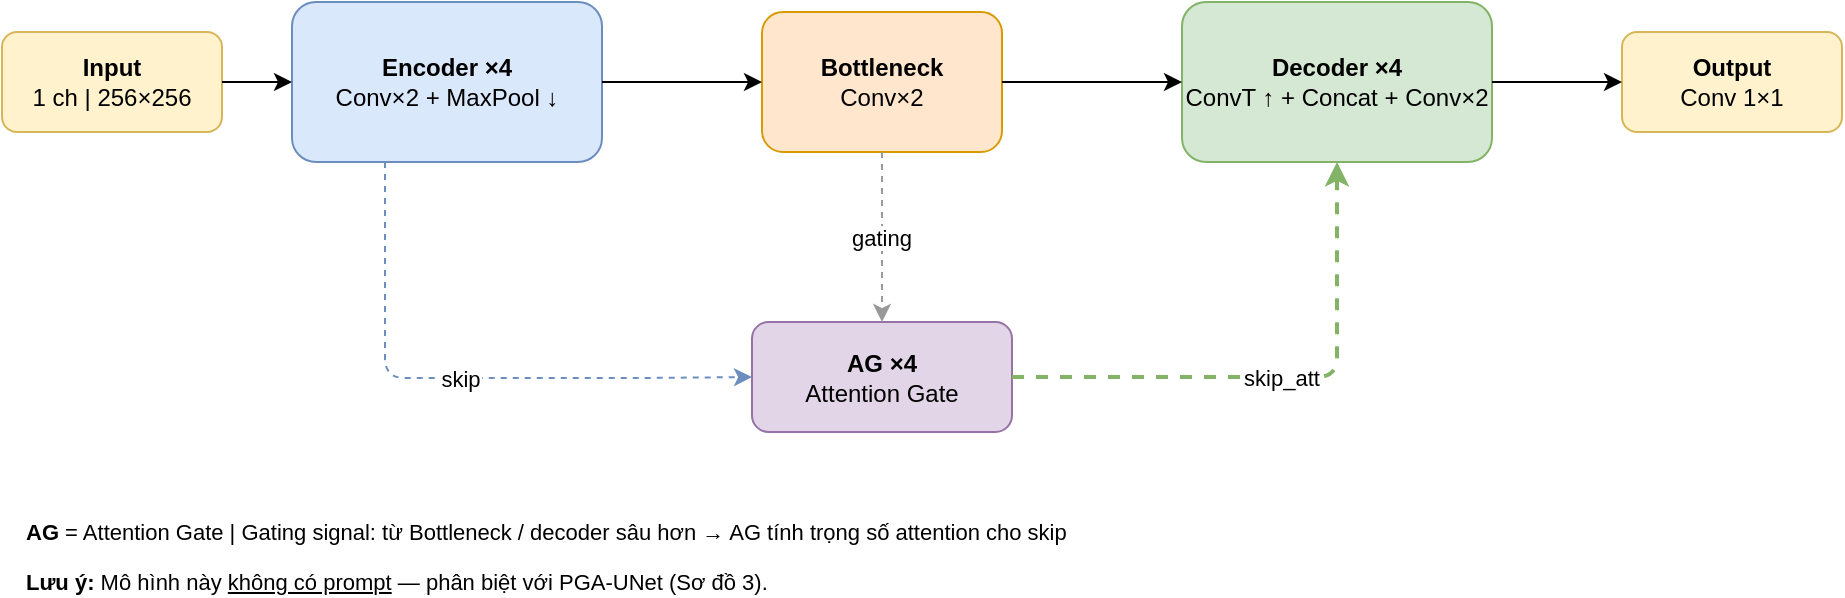
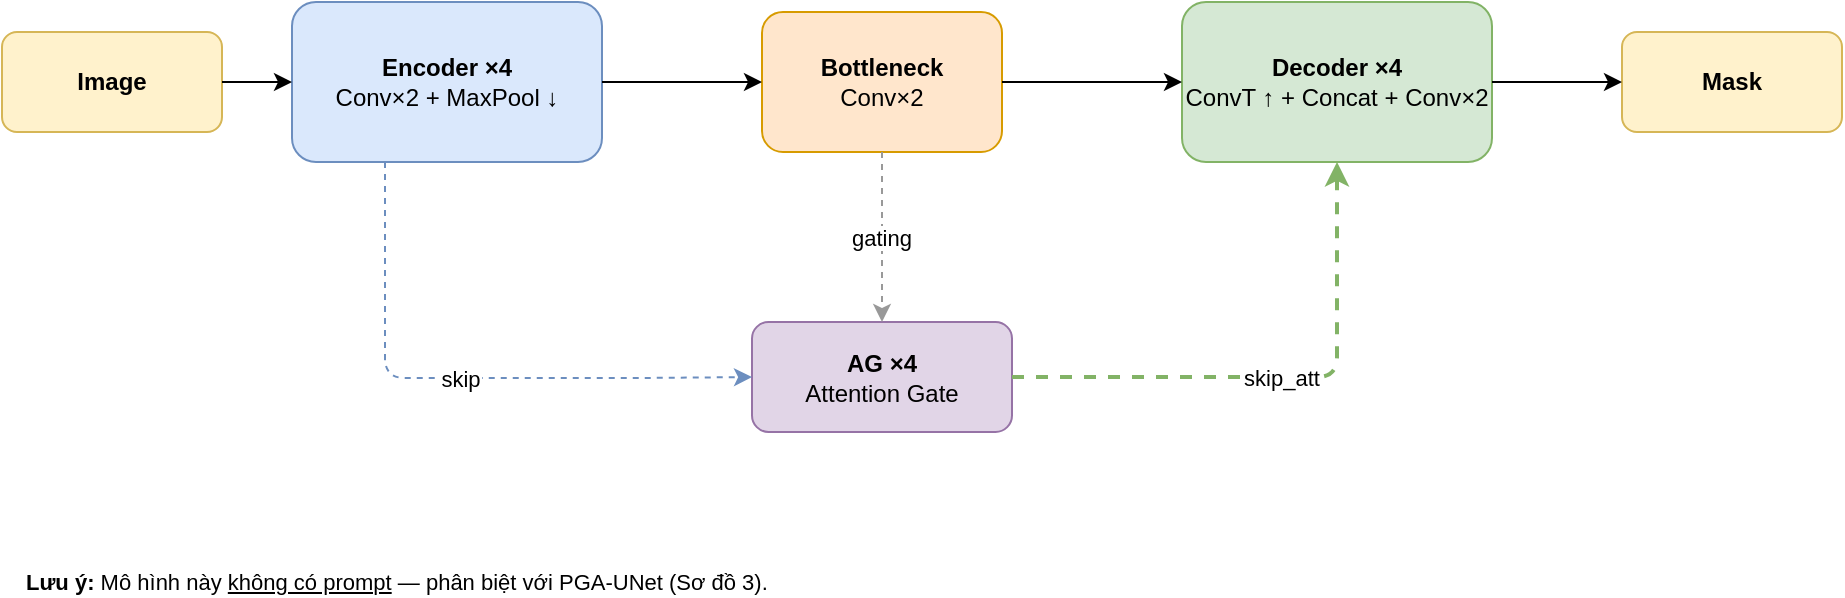
<mxfile host="65bd71144e">
    <diagram name="2. Attention U-Net" id="attunet2d">
        <mxGraphModel dx="1042" dy="269" grid="1" gridSize="10" guides="1" tooltips="1" connect="1" arrows="1" fold="1" page="1" pageScale="1" pageWidth="960" pageHeight="370" math="0" shadow="0">
            <root>
                <mxCell id="0"/>
                <mxCell id="1" parent="0"/>
-                 <mxCell id="inp" value="&lt;b&gt;Input&lt;/b&gt;&lt;br&gt;1 ch | 256×256" style="rounded=1;whiteSpace=wrap;html=1;fillColor=#fff2cc;strokeColor=#d6b656;fontSize=12;" parent="1" vertex="1">
+                 <mxCell id="inp" value="&lt;b&gt;Image&lt;/b&gt;" style="rounded=1;whiteSpace=wrap;html=1;fillColor=#fff2cc;strokeColor=#d6b656;fontSize=12;" parent="1" vertex="1">
                    <mxGeometry x="10" y="85" width="110" height="50" as="geometry"/>
                </mxCell>
                <mxCell id="enc" value="&lt;b&gt;Encoder ×4&lt;/b&gt;&lt;br&gt;Conv×2 + MaxPool ↓" style="rounded=1;whiteSpace=wrap;html=1;fillColor=#dae8fc;strokeColor=#6c8ebf;fontSize=12;" parent="1" vertex="1">
                    <mxGeometry x="155" y="70" width="155" height="80" as="geometry"/>
                </mxCell>
                <mxCell id="bn" value="&lt;b&gt;Bottleneck&lt;/b&gt;&lt;br&gt;Conv×2" style="rounded=1;whiteSpace=wrap;html=1;fillColor=#ffe6cc;strokeColor=#d79b00;fontSize=12;" parent="1" vertex="1">
                    <mxGeometry x="390" y="75" width="120" height="70" as="geometry"/>
                </mxCell>
                <mxCell id="dec" value="&lt;b&gt;Decoder ×4&lt;/b&gt;&lt;br&gt;ConvT ↑ + Concat + Conv×2" style="rounded=1;whiteSpace=wrap;html=1;fillColor=#d5e8d4;strokeColor=#82b366;fontSize=12;" parent="1" vertex="1">
                    <mxGeometry x="600" y="70" width="155" height="80" as="geometry"/>
                </mxCell>
-                 <mxCell id="out" value="&lt;b&gt;Output&lt;/b&gt;&lt;br&gt;Conv 1×1" style="rounded=1;whiteSpace=wrap;html=1;fillColor=#fff2cc;strokeColor=#d6b656;fontSize=12;" parent="1" vertex="1">
+                 <mxCell id="out" value="&lt;b&gt;Mask&lt;/b&gt;" style="rounded=1;whiteSpace=wrap;html=1;fillColor=#fff2cc;strokeColor=#d6b656;fontSize=12;" parent="1" vertex="1">
                    <mxGeometry x="820" y="85" width="110" height="50" as="geometry"/>
                </mxCell>
                <mxCell id="ag" value="&lt;b&gt;AG ×4&lt;/b&gt;&lt;br&gt;Attention Gate" style="rounded=1;whiteSpace=wrap;html=1;fillColor=#e1d5e7;strokeColor=#9673a6;fontSize=12;" parent="1" vertex="1">
                    <mxGeometry x="385" y="230" width="130" height="55" as="geometry"/>
                </mxCell>
                <mxCell id="e_inp_enc" value="" style="edgeStyle=orthogonalEdgeStyle;exitX=1;exitY=0.5;exitDx=0;exitDy=0;entryX=0;entryY=0.5;entryDx=0;entryDy=0;" parent="1" source="inp" target="enc" edge="1">
                    <mxGeometry relative="1" as="geometry"/>
                </mxCell>
                <mxCell id="e_enc_bn" value="" style="edgeStyle=orthogonalEdgeStyle;exitX=1;exitY=0.5;exitDx=0;exitDy=0;entryX=0;entryY=0.5;entryDx=0;entryDy=0;" parent="1" source="enc" target="bn" edge="1">
                    <mxGeometry relative="1" as="geometry"/>
                </mxCell>
                <mxCell id="e_bn_dec" value="" style="edgeStyle=orthogonalEdgeStyle;exitX=1;exitY=0.5;exitDx=0;exitDy=0;entryX=0;entryY=0.5;entryDx=0;entryDy=0;" parent="1" source="bn" target="dec" edge="1">
                    <mxGeometry relative="1" as="geometry"/>
                </mxCell>
                <mxCell id="e_dec_out" value="" style="edgeStyle=orthogonalEdgeStyle;exitX=1;exitY=0.5;exitDx=0;exitDy=0;entryX=0;entryY=0.5;entryDx=0;entryDy=0;" parent="1" source="dec" target="out" edge="1">
                    <mxGeometry relative="1" as="geometry"/>
                </mxCell>
                <mxCell id="skip_enc_ag" value="skip" style="edgeStyle=orthogonalEdgeStyle;dashed=1;strokeColor=#6c8ebf;fontSize=11;exitX=0.3;exitY=1;exitDx=0;exitDy=0;labelBackgroundColor=#ffffff;entryX=0;entryY=0.5;entryDx=0;entryDy=0;" parent="1" source="enc" target="ag" edge="1">
                    <mxGeometry relative="1" as="geometry">
                        <mxPoint x="290" y="220" as="targetPoint"/>
                        <Array as="points">
                            <mxPoint x="202" y="258"/>
                            <mxPoint x="330" y="258"/>
                        </Array>
                    </mxGeometry>
                </mxCell>
                <mxCell id="skip_ag_dec" value="skip_att" style="edgeStyle=orthogonalEdgeStyle;dashed=1;strokeColor=#82b366;strokeWidth=2;fontSize=11;exitX=1;exitY=0.5;exitDx=0;exitDy=0;entryX=0.5;entryY=1;entryDx=0;entryDy=0;labelBackgroundColor=#ffffff;" parent="1" source="ag" target="dec" edge="1">
                    <mxGeometry relative="1" as="geometry">
                        <Array as="points">
                            <mxPoint x="678" y="258"/>
                        </Array>
                    </mxGeometry>
                </mxCell>
                <mxCell id="gating" value="gating" style="edgeStyle=orthogonalEdgeStyle;dashed=1;strokeColor=#999999;strokeWidth=1;fontSize=11;exitX=0.5;exitY=1;exitDx=0;exitDy=0;entryX=0.5;entryY=0;entryDx=0;entryDy=0;labelBackgroundColor=#ffffff;" parent="1" source="bn" target="ag" edge="1">
                    <mxGeometry relative="1" as="geometry"/>
                </mxCell>
-                 <mxCell id="leg1" value="&lt;b&gt;AG&lt;/b&gt; = Attention Gate  |  Gating signal: từ Bottleneck / decoder sâu hơn → AG tính trọng số attention cho skip" style="text;html=1;align=left;fontSize=11;strokeColor=none;fillColor=none;" parent="1" vertex="1">
+                 <mxCell id="leg1" value="" style="text;html=1;align=left;fontSize=11;strokeColor=none;fillColor=none;" parent="1" vertex="1">
                    <mxGeometry x="20" y="322" width="700" height="20" as="geometry"/>
                </mxCell>
                <mxCell id="leg2" value="&lt;b&gt;Lưu ý:&lt;/b&gt; Mô hình này &lt;u&gt;không có prompt&lt;/u&gt; — phân biệt với PGA-UNet (Sơ đồ 3)." style="text;html=1;align=left;fontSize=11;strokeColor=none;fillColor=none;" parent="1" vertex="1">
                    <mxGeometry x="20" y="347" width="550" height="20" as="geometry"/>
                </mxCell>
            </root>
        </mxGraphModel>
    </diagram>
</mxfile>